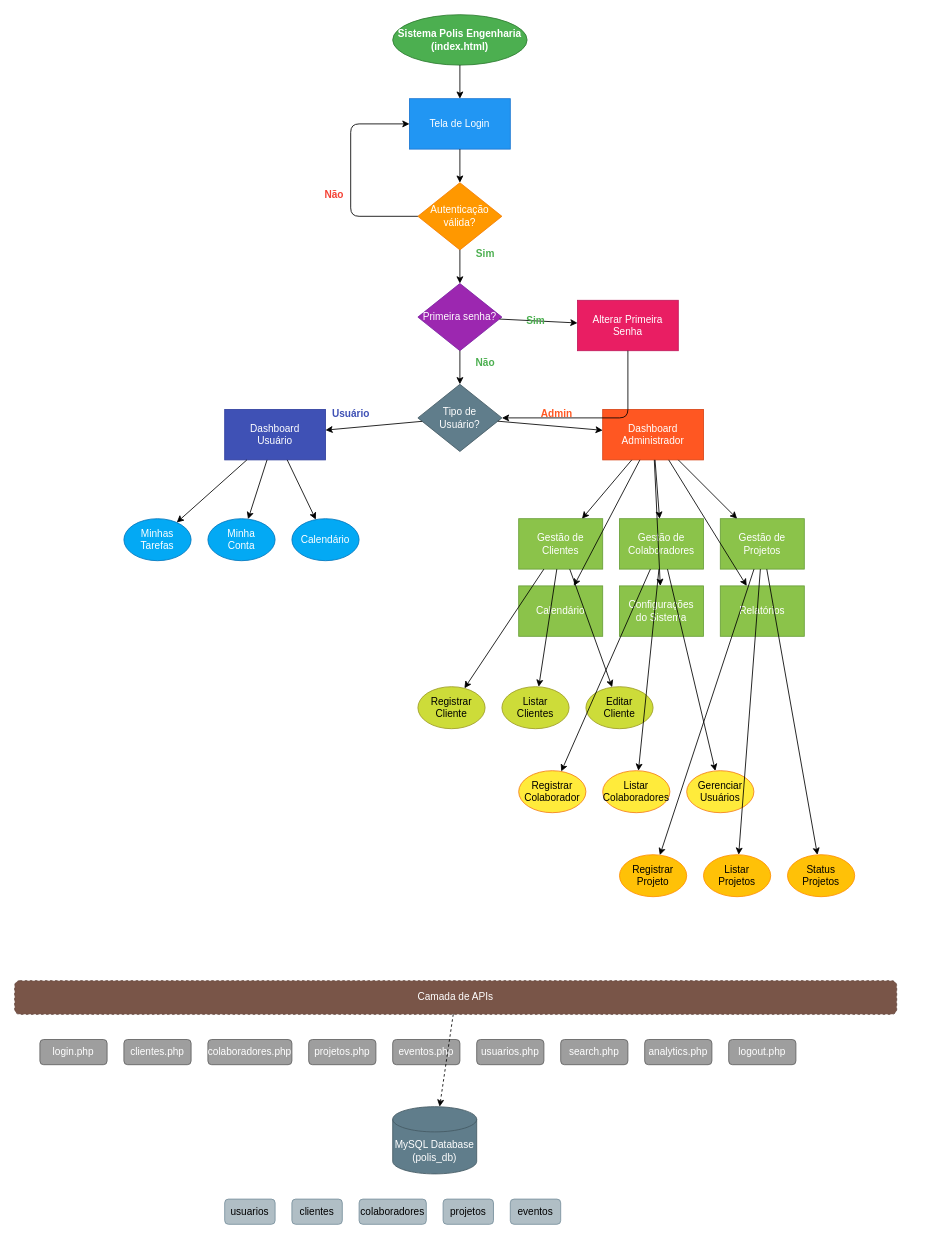
Before: fluxogramas/sistema-completo.drawio in Salgadocpv/polis, a draw.io diagram. Source tidied: cells renumbered, new cells numbered last; positions are measured from the earlier drawing's top-left corner, leaving out a move shared by most shapes. Both pictures are drawn from the tidied source at 84%, with x=0, y=0 at pixel (14, 14).
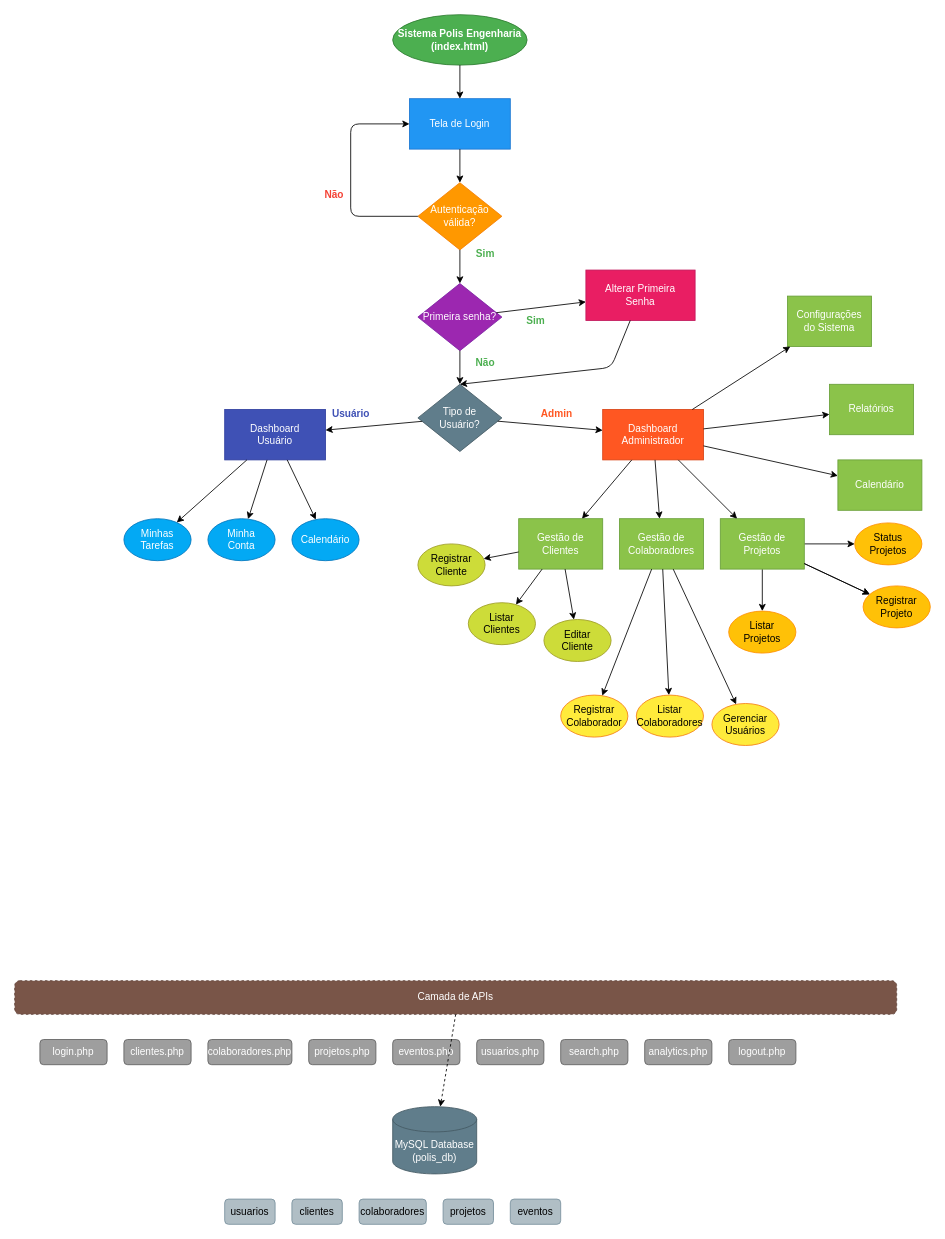
The same diagram, later.

Unchanged cells that the change refers to:
```xml
<mxCell id="7" value="Tipo de&#10;Usuário?" style="rhombus;whiteSpace=wrap;html=1;fillColor=#607D8B;strokeColor=#455A64;fontColor=white;" parent="1" vertex="1">
  <mxGeometry x="480" y="440" width="100" height="80" as="geometry" />
</mxCell>
<mxCell id="12" value="Gestão de&#10;Projetos" style="whiteSpace=wrap;html=1;fillColor=#8BC34A;strokeColor=#689F38;fontColor=white;" parent="1" vertex="1">
  <mxGeometry x="840" y="600" width="100" height="60" as="geometry" />
</mxCell>
<mxCell id="28" value="Camada de APIs" style="rounded=1;whiteSpace=wrap;html=1;fillColor=#795548;strokeColor=#5D4037;fontColor=white;dashed=1;" parent="1" vertex="1">
  <mxGeometry y="1150" width="1050" height="40" as="geometry" />
</mxCell>
<mxCell id="38" value="MySQL Database&#10;(polis_db)" style="shape=cylinder3;whiteSpace=wrap;html=1;boundedLbl=1;backgroundOutline=1;size=15;fillColor=#607D8B;strokeColor=#455A64;fontColor=white;" parent="1" vertex="1">
  <mxGeometry x="450" y="1300" width="100" height="80" as="geometry" />
</mxCell>
```

What changed in the source:
```diff
@@
     <mxCell id="6" value="Alterar Primeira&#10;Senha" style="whiteSpace=wrap;html=1;fillColor=#E91E63;strokeColor=#C2185B;fontColor=white;" parent="1" vertex="1">
-      <mxGeometry x="670" y="340" width="120" height="60" as="geometry" />
+      <mxGeometry x="680" y="304" width="130" height="60" as="geometry" />
     </mxCell>
@@
+    <mxCell id="69" style="edgeStyle=orthogonalEdgeStyle;rounded=0;jettySize=auto;html=1;" parent="1" edge="1" source="12" target="23">
+      <mxGeometry relative="1" as="geometry" />
+    </mxCell>
+    <mxCell id="70" style="edgeStyle=orthogonalEdgeStyle;rounded=0;jettySize=auto;html=1;entryX=0;entryY=0.5;entryDx=0;entryDy=0;" parent="1" edge="1" source="12" target="24">
+      <mxGeometry relative="1" as="geometry" />
+    </mxCell>
@@
     <mxCell id="13" value="Calendário" style="whiteSpace=wrap;html=1;fillColor=#8BC34A;strokeColor=#689F38;fontColor=white;" parent="1" vertex="1">
-      <mxGeometry x="600" y="680" width="100" height="60" as="geometry" />
+      <mxGeometry x="980" y="530" width="100" height="60" as="geometry" />
     </mxCell>
     <mxCell id="14" value="Configurações&#10;do Sistema" style="whiteSpace=wrap;html=1;fillColor=#8BC34A;strokeColor=#689F38;fontColor=white;" parent="1" vertex="1">
-      <mxGeometry x="720" y="680" width="100" height="60" as="geometry" />
+      <mxGeometry x="920" y="335" width="100" height="60" as="geometry" />
     </mxCell>
     <mxCell id="15" value="Relatórios" style="whiteSpace=wrap;html=1;fillColor=#8BC34A;strokeColor=#689F38;fontColor=white;" parent="1" vertex="1">
-      <mxGeometry x="840" y="680" width="100" height="60" as="geometry" />
+      <mxGeometry x="970" y="440" width="100" height="60" as="geometry" />
     </mxCell>
     <mxCell id="16" value="Registrar&#10;Cliente" style="ellipse;whiteSpace=wrap;html=1;fillColor=#CDDC39;strokeColor=#9E9D24;fontColor=black;" parent="1" vertex="1">
-      <mxGeometry x="480" y="800" width="80" height="50" as="geometry" />
+      <mxGeometry x="480" y="630" width="80" height="50" as="geometry" />
     </mxCell>
     <mxCell id="17" value="Listar&#10;Clientes" style="ellipse;whiteSpace=wrap;html=1;fillColor=#CDDC39;strokeColor=#9E9D24;fontColor=black;" parent="1" vertex="1">
-      <mxGeometry x="580" y="800" width="80" height="50" as="geometry" />
+      <mxGeometry x="540" y="700" width="80" height="50" as="geometry" />
     </mxCell>
     <mxCell id="18" value="Editar&#10;Cliente" style="ellipse;whiteSpace=wrap;html=1;fillColor=#CDDC39;strokeColor=#9E9D24;fontColor=black;" parent="1" vertex="1">
-      <mxGeometry x="680" y="800" width="80" height="50" as="geometry" />
+      <mxGeometry x="630" y="720" width="80" height="50" as="geometry" />
     </mxCell>
     <mxCell id="19" value="Registrar&#10;Colaborador" style="ellipse;whiteSpace=wrap;html=1;fillColor=#FFEB3B;strokeColor=#F57F17;fontColor=black;" parent="1" vertex="1">
-      <mxGeometry x="600" y="900" width="80" height="50" as="geometry" />
+      <mxGeometry x="650" y="810" width="80" height="50" as="geometry" />
     </mxCell>
     <mxCell id="20" value="Listar&#10;Colaboradores" style="ellipse;whiteSpace=wrap;html=1;fillColor=#FFEB3B;strokeColor=#F57F17;fontColor=black;" parent="1" vertex="1">
-      <mxGeometry x="700" y="900" width="80" height="50" as="geometry" />
+      <mxGeometry x="740" y="810" width="80" height="50" as="geometry" />
     </mxCell>
-    <mxCell id="21" value="Gerenciar&#10;Usuários" style="ellipse;whiteSpace=wrap;html=1;fillColor=#FFEB3B;strokeColor=#F57F17;fontColor=black;" parent="1" vertex="1">
-      <mxGeometry x="800" y="900" width="80" height="50" as="geometry" />
-    </mxCell>
-    <mxCell id="22" value="Registrar&#10;Projeto" style="ellipse;whiteSpace=wrap;html=1;fillColor=#FFC107;strokeColor=#FF8F00;fontColor=black;" parent="1" vertex="1">
-      <mxGeometry x="720" y="1000" width="80" height="50" as="geometry" />
-    </mxCell>
     <mxCell id="23" value="Listar&#10;Projetos" style="ellipse;whiteSpace=wrap;html=1;fillColor=#FFC107;strokeColor=#FF8F00;fontColor=black;" parent="1" vertex="1">
-      <mxGeometry x="820" y="1000" width="80" height="50" as="geometry" />
+      <mxGeometry x="850" y="710" width="80" height="50" as="geometry" />
     </mxCell>
     <mxCell id="24" value="Status&#10;Projetos" style="ellipse;whiteSpace=wrap;html=1;fillColor=#FFC107;strokeColor=#FF8F00;fontColor=black;" parent="1" vertex="1">
-      <mxGeometry x="920" y="1000" width="80" height="50" as="geometry" />
+      <mxGeometry x="1000" y="605" width="80" height="50" as="geometry" />
     </mxCell>
@@
-    <mxCell id="50" parent="1" edge="1" source="6" target="7">
+    <mxCell id="50" parent="1" edge="1" source="6">
       <mxGeometry relative="1" as="geometry">
+        <mxPoint x="530" y="440" as="targetPoint" />
         <Array as="points">
-          <mxPoint x="730" y="480" />
+          <mxPoint x="710" y="420" />
         </Array>
       </mxGeometry>
     </mxCell>
@@
-    <mxCell id="69" parent="1" edge="1" source="12" target="23">
-      <mxGeometry relative="1" as="geometry" />
-    </mxCell>
-    <mxCell id="70" parent="1" edge="1" source="12" target="24">
-      <mxGeometry relative="1" as="geometry" />
-    </mxCell>
-    <mxCell id="71" style="dashed=1;" parent="1" edge="1" source="28" target="38">
+    <mxCell id="71" style="dashed=1;exitX=0.5;exitY=1;exitDx=0;exitDy=0;" parent="1" edge="1" source="28" target="38">
       <mxGeometry relative="1" as="geometry" />
     </mxCell>
@@
+    <mxCell id="21" value="Gerenciar&#10;Usuários" style="ellipse;whiteSpace=wrap;html=1;fillColor=#FFEB3B;strokeColor=#F57F17;fontColor=black;" parent="1" vertex="1">
+      <mxGeometry x="830" y="820" width="80" height="50" as="geometry" />
+    </mxCell>
+    <mxCell id="78" parent="1" edge="1" source="12" target="22">
+      <mxGeometry relative="1" as="geometry" />
+    </mxCell>
+    <mxCell id="22" value="Registrar&#10;Projeto" style="ellipse;whiteSpace=wrap;html=1;fillColor=#FFC107;strokeColor=#FF8F00;fontColor=black;" parent="1" vertex="1">
+      <mxGeometry x="1010" y="680" width="80" height="50" as="geometry" />
+    </mxCell>
```
